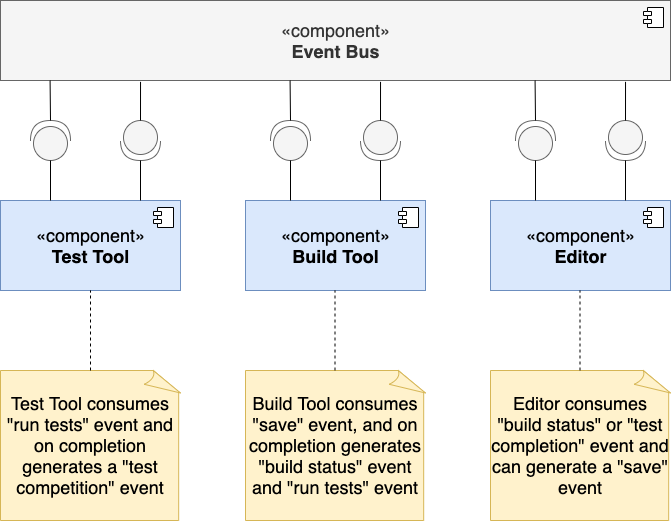
Above: Architectural styles/Implicit Invocation Systems/EventBasedComponentDiagram.png in smitbmx/Architecture-Diagrams (draw.io), before the change. Source tidied: cells renumbered, new cells last; positions are measured from the earlier drawing's top-left corner, leaving out a move shared by most shapes.
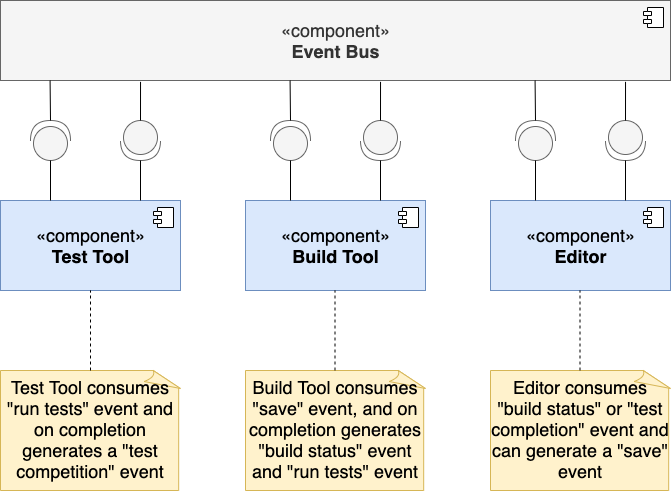
Later version of the same file.

The edit, as a diff of the source:
```diff
@@ -34,14 +34,14 @@
         <mxPoint x="-27" y="7" as="offset" />
       </mxGeometry>
     </mxCell>
-    <mxCell id="10" value="Test Tool consumes &quot;run tests&quot; event and on completion generates a &quot;test competition&quot; event" style="whiteSpace=wrap;html=1;shape=mxgraph.basic.document;fontSize=18;fillColor=#fff2cc;strokeColor=#d6b656;" parent="1" vertex="1">
-      <mxGeometry y="370" width="180" height="150" as="geometry" />
+    <mxCell id="10" value="Test Tool consumes &amp;quot;run tests&amp;quot; event and on completion generates a &amp;quot;test competition&amp;quot; event" style="whiteSpace=wrap;shape=mxgraph.basic.document;fontSize=18;fillColor=#fff2cc;strokeColor=#d6b656;align=center;horizontal=1;labelBackgroundColor=none;html=1;verticalAlign=top;" parent="1" vertex="1">
+      <mxGeometry y="370" width="180" height="120" as="geometry" />
     </mxCell>
-    <mxCell id="11" value="Build Tool consumes &quot;save&quot; event, and on completion generates &quot;build status&quot; event and &quot;run tests&quot; event" style="whiteSpace=wrap;html=1;shape=mxgraph.basic.document;fontSize=18;fillColor=#fff2cc;strokeColor=#d6b656;" parent="1" vertex="1">
-      <mxGeometry x="245" y="370" width="180" height="150" as="geometry" />
+    <mxCell id="11" value="Build Tool consumes &quot;save&quot; event, and on completion generates &quot;build status&quot; event and &quot;run tests&quot; event" style="whiteSpace=wrap;html=1;shape=mxgraph.basic.document;fontSize=18;fillColor=#fff2cc;strokeColor=#d6b656;verticalAlign=top;" parent="1" vertex="1">
+      <mxGeometry x="245" y="370" width="180" height="120" as="geometry" />
     </mxCell>
-    <mxCell id="12" value="Editor consumes &quot;build status&quot; or &quot;test completion&quot; event and can generate a &quot;save&quot; event" style="whiteSpace=wrap;html=1;shape=mxgraph.basic.document;fontSize=18;fillColor=#fff2cc;strokeColor=#d6b656;" parent="1" vertex="1">
-      <mxGeometry x="490" y="370" width="180" height="150" as="geometry" />
+    <mxCell id="12" value="Editor consumes &quot;build status&quot; or &quot;test completion&quot; event and can generate a &quot;save&quot; event" style="whiteSpace=wrap;html=1;shape=mxgraph.basic.document;fontSize=18;fillColor=#fff2cc;strokeColor=#d6b656;verticalAlign=top;" parent="1" vertex="1">
+      <mxGeometry x="490" y="370" width="180" height="120" as="geometry" />
     </mxCell>
     <mxCell id="13" style="endArrow=none;dashed=1;html=1;rounded=0;fontSize=18;exitX=0.5;exitY=0;exitDx=0;exitDy=0;exitPerimeter=0;entryX=0.5;entryY=1;entryDx=0;entryDy=0;" parent="1" edge="1" source="10" target="4">
       <mxGeometry relative="1" as="geometry" />
```
